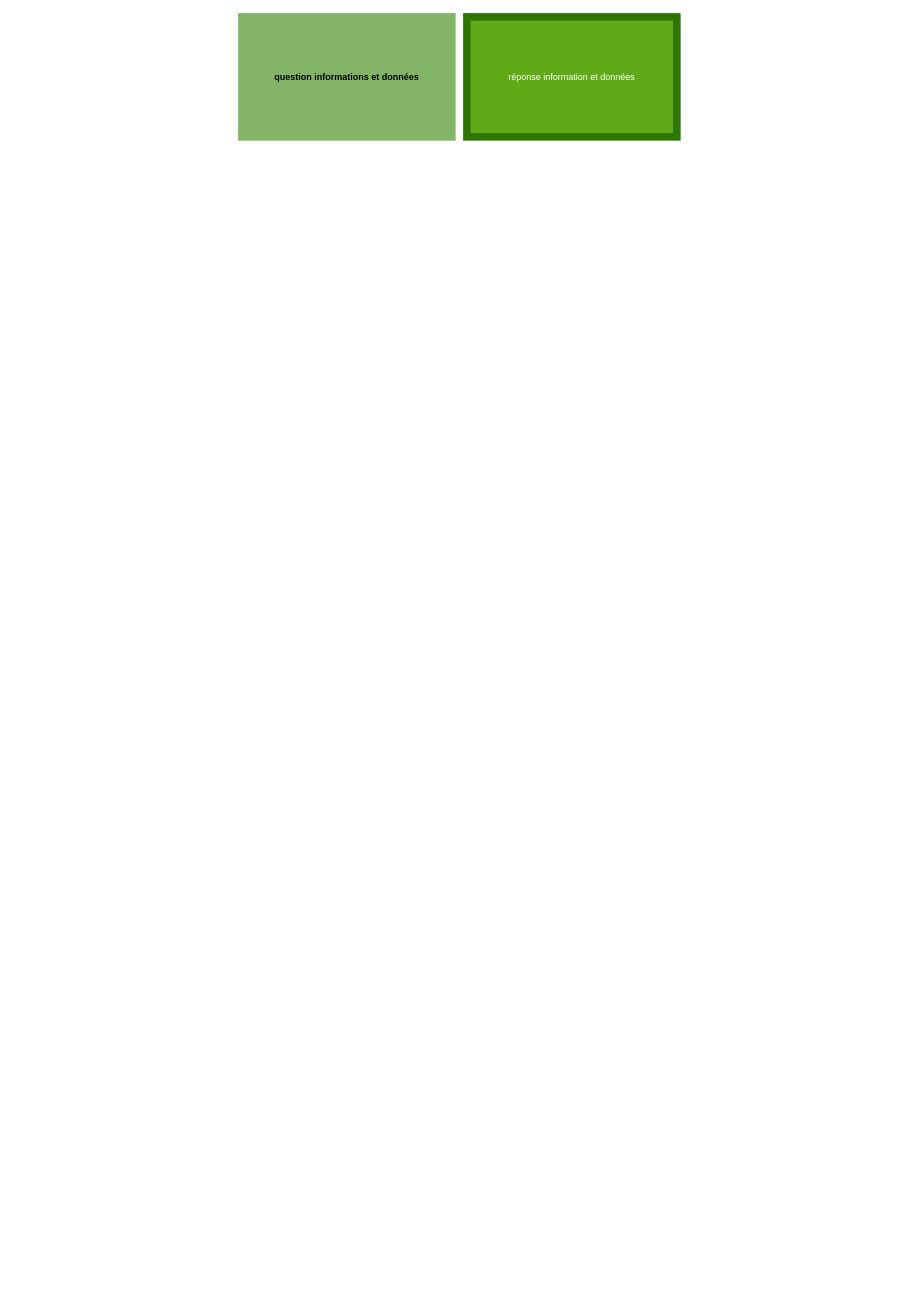
This is carte information et donnée.drawio from mathieu1902/cours-info-s-cu-helha, a draw.io file, before an edit. Source tidied: cells renumbered, new cells numbered last; positions are measured from the earlier drawing's top-left corner, leaving out a move shared by most shapes. Both pictures are drawn from the tidied source at 75%, with x=0, y=0 at pixel (242, 16).
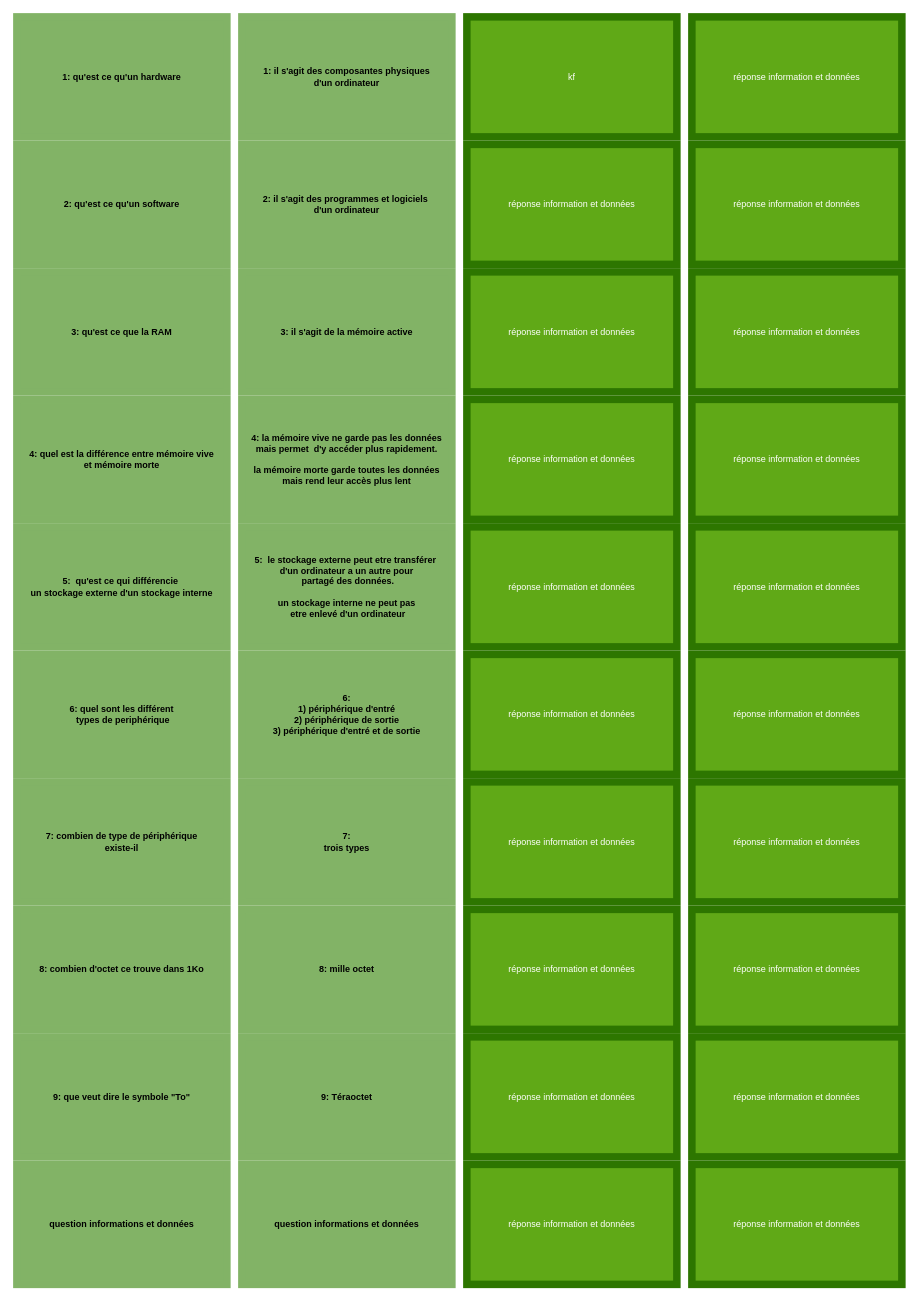
The same page after the edit.

Commit message (it also covers changes not shown here):
avancé carte inforamtion

The edit, as a diff of the source:
```diff
@@
-    <mxCell id="2" value="question informations et données" style="rounded=0;whiteSpace=wrap;html=1;fontStyle=1;fillColor=light-dark(#82B366,#FFFFFF);strokeColor=light-dark(#82B366,#66CC00);fontColor=light-dark(#000000,#000000);strokeWidth=10;" parent="1" vertex="1">
+    <mxCell id="2" value="1: il s'agit des composantes physiques&lt;div&gt;d'un ordinateur&lt;/div&gt;" style="rounded=0;whiteSpace=wrap;html=1;fontStyle=1;fillColor=light-dark(#82B366,#FFFFFF);strokeColor=light-dark(#82B366,#66CC00);fontColor=light-dark(#000000,#000000);strokeWidth=10;" parent="1" vertex="1">
       <mxGeometry width="280" height="160" as="geometry" />
     </mxCell>
-    <mxCell id="3" value="réponse information et données" style="rounded=0;whiteSpace=wrap;html=1;fillColor=light-dark(#60A917,#FFFFFF);fontColor=#ffffff;strokeColor=light-dark(#2D7600,#66CC00);fontStyle=0;strokeWidth=10;" parent="1" vertex="1">
+    <mxCell id="3" value="kf" style="rounded=0;whiteSpace=wrap;html=1;fillColor=light-dark(#60A917,#FFFFFF);fontColor=#ffffff;strokeColor=light-dark(#2D7600,#66CC00);fontStyle=0;strokeWidth=10;" parent="1" vertex="1">
       <mxGeometry x="300" width="280" height="160" as="geometry" />
     </mxCell>
+    <mxCell id="4" value="2: il s'agit des programmes et logiciels&amp;nbsp;&lt;div&gt;d'un ordinateur&lt;/div&gt;" style="rounded=0;whiteSpace=wrap;html=1;fontStyle=1;fillColor=light-dark(#82B366,#FFFFFF);strokeColor=light-dark(#82B366,#66CC00);fontColor=light-dark(#000000,#000000);strokeWidth=10;" parent="1" vertex="1">
+      <mxGeometry y="170" width="280" height="160" as="geometry" />
+    </mxCell>
+    <mxCell id="5" value="3: il s'agit de la mémoire active" style="rounded=0;whiteSpace=wrap;html=1;fontStyle=1;fillColor=light-dark(#82B366,#FFFFFF);strokeColor=light-dark(#82B366,#66CC00);fontColor=light-dark(#000000,#000000);strokeWidth=10;" parent="1" vertex="1">
+      <mxGeometry y="340" width="280" height="160" as="geometry" />
+    </mxCell>
+    <mxCell id="6" value="4: la mémoire vive ne garde pas les données mais permet&amp;nbsp; d'y accéder&amp;nbsp;&lt;span style=&quot;background-color: transparent;&quot;&gt;plus rapidement.&lt;/span&gt;&lt;div&gt;&lt;span style=&quot;background-color: transparent;&quot;&gt;&lt;br&gt;&lt;/span&gt;&lt;/div&gt;&lt;div&gt;&lt;div&gt;la mémoire morte garde toutes les données mais&amp;nbsp;&lt;span style=&quot;background-color: transparent;&quot;&gt;rend leur accès plus lent&lt;/span&gt;&lt;/div&gt;&lt;/div&gt;" style="rounded=0;whiteSpace=wrap;html=1;fontStyle=1;fillColor=light-dark(#82B366,#FFFFFF);strokeColor=light-dark(#82B366,#66CC00);fontColor=light-dark(#000000,#000000);strokeWidth=10;" parent="1" vertex="1">
+      <mxGeometry y="510" width="280" height="160" as="geometry" />
+    </mxCell>
+    <mxCell id="7" value="5:&amp;nbsp; le stockage externe peut etre transférer&amp;nbsp;&lt;div&gt;d'un ordinateur a un autre pour&lt;/div&gt;&lt;div&gt;&amp;nbsp;partagé des données.&lt;/div&gt;&lt;div&gt;&lt;br&gt;&lt;/div&gt;&lt;div&gt;un stockage interne ne peut pas&lt;/div&gt;&lt;div&gt;&amp;nbsp;etre enlevé d'un ordinateur&lt;/div&gt;" style="rounded=0;whiteSpace=wrap;html=1;fontStyle=1;fillColor=light-dark(#82B366,#FFFFFF);strokeColor=light-dark(#82B366,#66CC00);fontColor=light-dark(#000000,#000000);strokeWidth=10;" parent="1" vertex="1">
+      <mxGeometry y="680" width="280" height="160" as="geometry" />
+    </mxCell>
+    <mxCell id="8" value="6:&lt;div&gt;1)&amp;nbsp;&lt;span style=&quot;background-color: transparent;&quot;&gt;périphérique d'entré&lt;/span&gt;&lt;/div&gt;&lt;div&gt;&lt;span style=&quot;background-color: transparent;&quot;&gt;2)&amp;nbsp;&lt;/span&gt;&lt;span style=&quot;background-color: transparent;&quot;&gt;périphérique de sortie&lt;/span&gt;&lt;/div&gt;&lt;div&gt;&lt;span style=&quot;background-color: transparent;&quot;&gt;3)&amp;nbsp;&lt;/span&gt;&lt;span style=&quot;background-color: transparent;&quot;&gt;périphérique d'entré et de sortie&lt;/span&gt;&lt;/div&gt;" style="rounded=0;whiteSpace=wrap;html=1;fontStyle=1;fillColor=light-dark(#82B366,#FFFFFF);strokeColor=light-dark(#82B366,#66CC00);fontColor=light-dark(#000000,#000000);strokeWidth=10;" parent="1" vertex="1">
+      <mxGeometry y="850" width="280" height="160" as="geometry" />
+    </mxCell>
+    <mxCell id="9" value="7:&lt;div&gt;trois types&lt;/div&gt;" style="rounded=0;whiteSpace=wrap;html=1;fontStyle=1;fillColor=light-dark(#82B366,#FFFFFF);strokeColor=light-dark(#82B366,#66CC00);fontColor=light-dark(#000000,#000000);strokeWidth=10;" parent="1" vertex="1">
+      <mxGeometry y="1020" width="280" height="160" as="geometry" />
+    </mxCell>
+    <mxCell id="10" value="8: mille octet" style="rounded=0;whiteSpace=wrap;html=1;fontStyle=1;fillColor=light-dark(#82B366,#FFFFFF);strokeColor=light-dark(#82B366,#66CC00);fontColor=light-dark(#000000,#000000);strokeWidth=10;" parent="1" vertex="1">
+      <mxGeometry y="1190" width="280" height="160" as="geometry" />
+    </mxCell>
+    <mxCell id="11" value="9: Téraoctet" style="rounded=0;whiteSpace=wrap;html=1;fontStyle=1;fillColor=light-dark(#82B366,#FFFFFF);strokeColor=light-dark(#82B366,#66CC00);fontColor=light-dark(#000000,#000000);strokeWidth=10;" parent="1" vertex="1">
+      <mxGeometry y="1360" width="280" height="160" as="geometry" />
+    </mxCell>
+    <mxCell id="12" value="question informations et données" style="rounded=0;whiteSpace=wrap;html=1;fontStyle=1;fillColor=light-dark(#82B366,#FFFFFF);strokeColor=light-dark(#82B366,#66CC00);fontColor=light-dark(#000000,#000000);strokeWidth=10;" parent="1" vertex="1">
+      <mxGeometry y="1530" width="280" height="160" as="geometry" />
+    </mxCell>
+    <mxCell id="13" value="question informations et données" style="rounded=0;whiteSpace=wrap;html=1;fontStyle=1;fillColor=light-dark(#82B366,#FFFFFF);strokeColor=light-dark(#82B366,#66CC00);fontColor=light-dark(#000000,#000000);strokeWidth=10;" parent="1" vertex="1">
+      <mxGeometry x="-300" y="1530" width="280" height="160" as="geometry" />
+    </mxCell>
+    <mxCell id="14" value="9: que veut dire le symbole &quot;To&quot;" style="rounded=0;whiteSpace=wrap;html=1;fontStyle=1;fillColor=light-dark(#82B366,#FFFFFF);strokeColor=light-dark(#82B366,#66CC00);fontColor=light-dark(#000000,#000000);strokeWidth=10;" parent="1" vertex="1">
+      <mxGeometry x="-300" y="1360" width="280" height="160" as="geometry" />
+    </mxCell>
+    <mxCell id="15" value="8: combien d'octet ce trouve dans 1Ko" style="rounded=0;whiteSpace=wrap;html=1;fontStyle=1;fillColor=light-dark(#82B366,#FFFFFF);strokeColor=light-dark(#82B366,#66CC00);fontColor=light-dark(#000000,#000000);strokeWidth=10;" parent="1" vertex="1">
+      <mxGeometry x="-300" y="1190" width="280" height="160" as="geometry" />
+    </mxCell>
+    <mxCell id="16" value="7: combien de type de périphérique&lt;div&gt;existe-il&lt;/div&gt;" style="rounded=0;whiteSpace=wrap;html=1;fontStyle=1;fillColor=light-dark(#82B366,#FFFFFF);strokeColor=light-dark(#82B366,#66CC00);fontColor=light-dark(#000000,#000000);strokeWidth=10;" parent="1" vertex="1">
+      <mxGeometry x="-300" y="1020" width="280" height="160" as="geometry" />
+    </mxCell>
+    <mxCell id="17" value="6: quel sont les différent&lt;div&gt;&amp;nbsp;types de periphérique&lt;/div&gt;" style="rounded=0;whiteSpace=wrap;html=1;fontStyle=1;fillColor=light-dark(#82B366,#FFFFFF);strokeColor=light-dark(#82B366,#66CC00);fontColor=light-dark(#000000,#000000);strokeWidth=10;" parent="1" vertex="1">
+      <mxGeometry x="-300" y="850" width="280" height="160" as="geometry" />
+    </mxCell>
+    <mxCell id="18" value="5:&amp;nbsp; qu'est ce qui différencie&amp;nbsp;&lt;div&gt;un stockage externe d'un stockage interne&lt;/div&gt;" style="rounded=0;whiteSpace=wrap;html=1;fontStyle=1;fillColor=light-dark(#82B366,#FFFFFF);strokeColor=light-dark(#82B366,#66CC00);fontColor=light-dark(#000000,#000000);strokeWidth=10;" parent="1" vertex="1">
+      <mxGeometry x="-300" y="680" width="280" height="160" as="geometry" />
+    </mxCell>
+    <mxCell id="19" value="4: quel est la différence entre mémoire vive&lt;div&gt;et mémoire morte&lt;/div&gt;" style="rounded=0;whiteSpace=wrap;html=1;fontStyle=1;fillColor=light-dark(#82B366,#FFFFFF);strokeColor=light-dark(#82B366,#66CC00);fontColor=light-dark(#000000,#000000);strokeWidth=10;" parent="1" vertex="1">
+      <mxGeometry x="-300" y="510" width="280" height="160" as="geometry" />
+    </mxCell>
+    <mxCell id="20" value="3: qu'est ce que la RAM" style="rounded=0;whiteSpace=wrap;html=1;fontStyle=1;fillColor=light-dark(#82B366,#FFFFFF);strokeColor=light-dark(#82B366,#66CC00);fontColor=light-dark(#000000,#000000);strokeWidth=10;" parent="1" vertex="1">
+      <mxGeometry x="-300" y="340" width="280" height="160" as="geometry" />
+    </mxCell>
+    <mxCell id="21" value="2: qu'est ce qu'un software" style="rounded=0;whiteSpace=wrap;html=1;fontStyle=1;fillColor=light-dark(#82B366,#FFFFFF);strokeColor=light-dark(#82B366,#66CC00);fontColor=light-dark(#000000,#000000);strokeWidth=10;" parent="1" vertex="1">
+      <mxGeometry x="-300" y="170" width="280" height="160" as="geometry" />
+    </mxCell>
+    <mxCell id="22" value="réponse information et données" style="rounded=0;whiteSpace=wrap;html=1;fillColor=light-dark(#60A917,#FFFFFF);fontColor=#ffffff;strokeColor=light-dark(#2D7600,#66CC00);fontStyle=0;strokeWidth=10;" parent="1" vertex="1">
+      <mxGeometry x="600" y="680" width="280" height="160" as="geometry" />
+    </mxCell>
+    <mxCell id="23" value="réponse information et données" style="rounded=0;whiteSpace=wrap;html=1;fillColor=light-dark(#60A917,#FFFFFF);fontColor=#ffffff;strokeColor=light-dark(#2D7600,#66CC00);fontStyle=0;strokeWidth=10;" parent="1" vertex="1">
+      <mxGeometry x="600" y="510" width="280" height="160" as="geometry" />
+    </mxCell>
+    <mxCell id="24" value="réponse information et données" style="rounded=0;whiteSpace=wrap;html=1;fillColor=light-dark(#60A917,#FFFFFF);fontColor=#ffffff;strokeColor=light-dark(#2D7600,#66CC00);fontStyle=0;strokeWidth=10;" parent="1" vertex="1">
+      <mxGeometry x="600" y="170" width="280" height="160" as="geometry" />
+    </mxCell>
+    <mxCell id="25" value="réponse information et données" style="rounded=0;whiteSpace=wrap;html=1;fillColor=light-dark(#60A917,#FFFFFF);fontColor=#ffffff;strokeColor=light-dark(#2D7600,#66CC00);fontStyle=0;strokeWidth=10;" parent="1" vertex="1">
+      <mxGeometry x="600" y="340" width="280" height="160" as="geometry" />
+    </mxCell>
+    <mxCell id="26" value="réponse information et données" style="rounded=0;whiteSpace=wrap;html=1;fillColor=light-dark(#60A917,#FFFFFF);fontColor=#ffffff;strokeColor=light-dark(#2D7600,#66CC00);fontStyle=0;strokeWidth=10;" parent="1" vertex="1">
+      <mxGeometry x="300" y="1190" width="280" height="160" as="geometry" />
+    </mxCell>
+    <mxCell id="27" value="réponse information et données" style="rounded=0;whiteSpace=wrap;html=1;fillColor=light-dark(#60A917,#FFFFFF);fontColor=#ffffff;strokeColor=light-dark(#2D7600,#66CC00);fontStyle=0;strokeWidth=10;" parent="1" vertex="1">
+      <mxGeometry x="300" y="1020" width="280" height="160" as="geometry" />
+    </mxCell>
+    <mxCell id="28" value="réponse information et données" style="rounded=0;whiteSpace=wrap;html=1;fillColor=light-dark(#60A917,#FFFFFF);fontColor=#ffffff;strokeColor=light-dark(#2D7600,#66CC00);fontStyle=0;strokeWidth=10;" parent="1" vertex="1">
+      <mxGeometry x="300" y="850" width="280" height="160" as="geometry" />
+    </mxCell>
+    <mxCell id="29" value="réponse information et données" style="rounded=0;whiteSpace=wrap;html=1;fillColor=light-dark(#60A917,#FFFFFF);fontColor=#ffffff;strokeColor=light-dark(#2D7600,#66CC00);fontStyle=0;strokeWidth=10;" parent="1" vertex="1">
+      <mxGeometry x="300" y="170" width="280" height="160" as="geometry" />
+    </mxCell>
+    <mxCell id="30" value="réponse information et données" style="rounded=0;whiteSpace=wrap;html=1;fillColor=light-dark(#60A917,#FFFFFF);fontColor=#ffffff;strokeColor=light-dark(#2D7600,#66CC00);fontStyle=0;strokeWidth=10;" parent="1" vertex="1">
+      <mxGeometry x="300" y="680" width="280" height="160" as="geometry" />
+    </mxCell>
+    <mxCell id="31" value="réponse information et données" style="rounded=0;whiteSpace=wrap;html=1;fillColor=light-dark(#60A917,#FFFFFF);fontColor=#ffffff;strokeColor=light-dark(#2D7600,#66CC00);fontStyle=0;strokeWidth=10;" parent="1" vertex="1">
+      <mxGeometry x="300" y="510" width="280" height="160" as="geometry" />
+    </mxCell>
+    <mxCell id="32" value="réponse information et données" style="rounded=0;whiteSpace=wrap;html=1;fillColor=light-dark(#60A917,#FFFFFF);fontColor=#ffffff;strokeColor=light-dark(#2D7600,#66CC00);fontStyle=0;strokeWidth=10;" parent="1" vertex="1">
+      <mxGeometry x="300" y="340" width="280" height="160" as="geometry" />
+    </mxCell>
+    <mxCell id="33" value="réponse information et données" style="rounded=0;whiteSpace=wrap;html=1;fillColor=light-dark(#60A917,#FFFFFF);fontColor=#ffffff;strokeColor=light-dark(#2D7600,#66CC00);fontStyle=0;strokeWidth=10;" parent="1" vertex="1">
+      <mxGeometry x="300" y="1360" width="280" height="160" as="geometry" />
+    </mxCell>
+    <mxCell id="34" value="réponse information et données" style="rounded=0;whiteSpace=wrap;html=1;fillColor=light-dark(#60A917,#FFFFFF);fontColor=#ffffff;strokeColor=light-dark(#2D7600,#66CC00);fontStyle=0;strokeWidth=10;" parent="1" vertex="1">
+      <mxGeometry x="300" y="1530" width="280" height="160" as="geometry" />
+    </mxCell>
+    <mxCell id="35" value="réponse information et données" style="rounded=0;whiteSpace=wrap;html=1;fillColor=light-dark(#60A917,#FFFFFF);fontColor=#ffffff;strokeColor=light-dark(#2D7600,#66CC00);fontStyle=0;strokeWidth=10;" parent="1" vertex="1">
+      <mxGeometry x="600" width="280" height="160" as="geometry" />
+    </mxCell>
+    <mxCell id="36" value="réponse information et données" style="rounded=0;whiteSpace=wrap;html=1;fillColor=light-dark(#60A917,#FFFFFF);fontColor=#ffffff;strokeColor=light-dark(#2D7600,#66CC00);fontStyle=0;strokeWidth=10;" parent="1" vertex="1">
+      <mxGeometry x="600" y="850" width="280" height="160" as="geometry" />
+    </mxCell>
+    <mxCell id="37" value="réponse information et données" style="rounded=0;whiteSpace=wrap;html=1;fillColor=light-dark(#60A917,#FFFFFF);fontColor=#ffffff;strokeColor=light-dark(#2D7600,#66CC00);fontStyle=0;strokeWidth=10;" parent="1" vertex="1">
+      <mxGeometry x="600" y="1020" width="280" height="160" as="geometry" />
+    </mxCell>
+    <mxCell id="38" value="réponse information et données" style="rounded=0;whiteSpace=wrap;html=1;fillColor=light-dark(#60A917,#FFFFFF);fontColor=#ffffff;strokeColor=light-dark(#2D7600,#66CC00);fontStyle=0;strokeWidth=10;" parent="1" vertex="1">
+      <mxGeometry x="600" y="1530" width="280" height="160" as="geometry" />
+    </mxCell>
+    <mxCell id="39" value="réponse information et données" style="rounded=0;whiteSpace=wrap;html=1;fillColor=light-dark(#60A917,#FFFFFF);fontColor=#ffffff;strokeColor=light-dark(#2D7600,#66CC00);fontStyle=0;strokeWidth=10;" parent="1" vertex="1">
+      <mxGeometry x="600" y="1190" width="280" height="160" as="geometry" />
+    </mxCell>
+    <mxCell id="40" value="réponse information et données" style="rounded=0;whiteSpace=wrap;html=1;fillColor=light-dark(#60A917,#FFFFFF);fontColor=#ffffff;strokeColor=light-dark(#2D7600,#66CC00);fontStyle=0;strokeWidth=10;" parent="1" vertex="1">
+      <mxGeometry x="600" y="1360" width="280" height="160" as="geometry" />
+    </mxCell>
+    <mxCell id="41" value="1: qu'est ce qu'un hardware" style="rounded=0;whiteSpace=wrap;html=1;fontStyle=1;fillColor=light-dark(#82B366,#FFFFFF);strokeColor=light-dark(#82B366,#66CC00);fontColor=light-dark(#000000,#000000);strokeWidth=10;fontFamily=Helvetica;verticalAlign=middle;align=center;" parent="1" vertex="1">
+      <mxGeometry x="-300" width="280" height="160" as="geometry" />
+    </mxCell>
```
